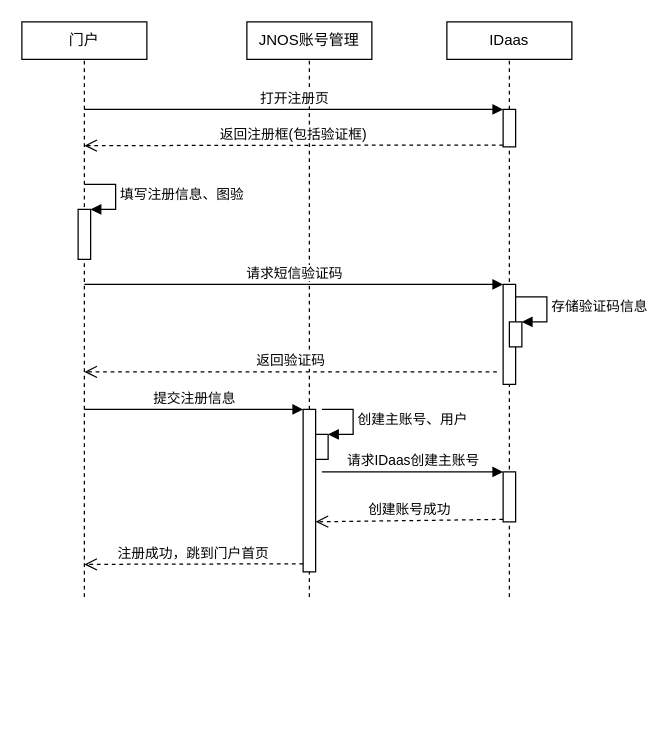
AjaxXu/Diagram keeps this draw.io diagram as page "注册零售云账号流程" (3 of 10) of idaas.drawio. Above is the earlier version. Source tidied: cells renumbered, new cells numbered last; positions are measured from the earlier drawing's top-left corner, leaving out a move shared by most shapes. Both pictures are drawn from the tidied source at 125%, with x=0, y=0 at pixel (21, 21).
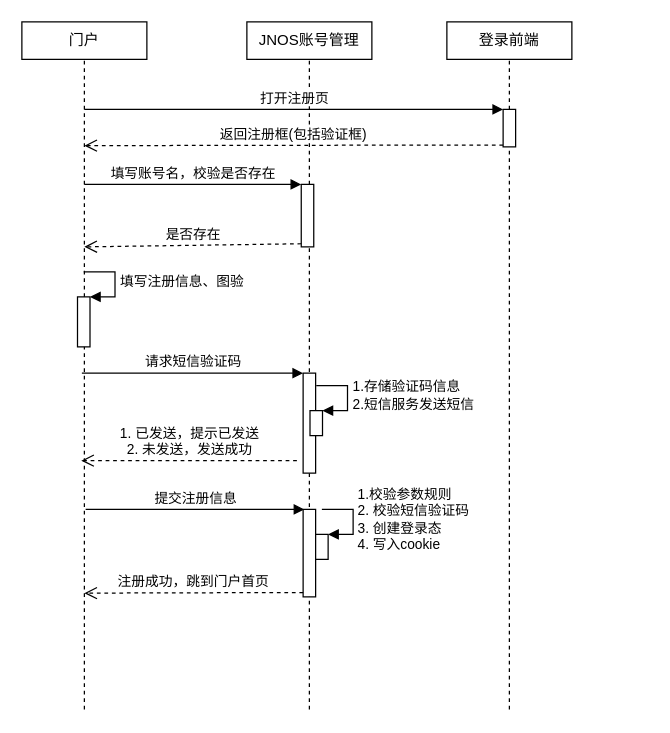
Above is the later version.

The change refers to these unchanged cells:
```xml
<mxCell id="2" value="门户" style="rounded=0;whiteSpace=wrap;html=1;" parent="1" vertex="1">
  <mxGeometry width="100" height="30" as="geometry" />
</mxCell>
<mxCell id="4" value="JNOS账号管理" style="rounded=0;whiteSpace=wrap;html=1;" parent="1" vertex="1">
  <mxGeometry x="180" width="100" height="30" as="geometry" />
</mxCell>
<mxCell id="10" style="html=1;points=[];perimeter=orthogonalPerimeter;" parent="1" vertex="1">
  <mxGeometry x="385" y="70" width="10" height="30" as="geometry" />
</mxCell>
```

What changed in the source:
```diff
@@
     <mxCell id="3" style="endArrow=none;dashed=1;html=1;entryX=0.5;entryY=1;entryDx=0;entryDy=0;" parent="1" edge="1" target="2">
       <mxGeometry relative="1" as="geometry">
-        <mxPoint x="50" y="460" as="sourcePoint" />
+        <mxPoint x="50" y="550" as="sourcePoint" />
       </mxGeometry>
     </mxCell>
@@
     <mxCell id="5" style="endArrow=none;dashed=1;html=1;entryX=0.5;entryY=1;entryDx=0;entryDy=0;" parent="1" edge="1" target="4">
       <mxGeometry relative="1" as="geometry">
-        <mxPoint x="230" y="460" as="sourcePoint" />
+        <mxPoint x="230" y="550" as="sourcePoint" />
       </mxGeometry>
     </mxCell>
-    <mxCell id="6" value="IDaas" style="rounded=0;whiteSpace=wrap;html=1;" parent="1" vertex="1">
+    <mxCell id="6" value="登录前端" style="rounded=0;whiteSpace=wrap;html=1;" parent="1" vertex="1">
       <mxGeometry x="340" width="100" height="30" as="geometry" />
     </mxCell>
@@
     <mxCell id="11" style="endArrow=none;dashed=1;html=1;entryX=0.5;entryY=1;entryDx=0;entryDy=0;" parent="1" edge="1" target="10">
       <mxGeometry relative="1" as="geometry">
-        <mxPoint x="390" y="460" as="sourcePoint" />
+        <mxPoint x="390" y="550" as="sourcePoint" />
       </mxGeometry>
     </mxCell>
     <mxCell id="12" style="html=1;points=[];perimeter=orthogonalPerimeter;" parent="1" vertex="1">
-      <mxGeometry x="45" y="150" width="10" height="40" as="geometry" />
+      <mxGeometry x="44.5" y="220" width="10" height="40" as="geometry" />
     </mxCell>
     <mxCell id="13" value="填写注册信息、图验" style="edgeStyle=orthogonalEdgeStyle;html=1;align=left;spacingLeft=2;endArrow=block;rounded=0;entryX=1;entryY=0;" parent="1" edge="1" target="12">
       <mxGeometry relative="1" as="geometry">
-        <mxPoint x="50" y="130" as="sourcePoint" />
+        <mxPoint x="49.5" y="200" as="sourcePoint" />
         <Array as="points">
-          <mxPoint x="75" y="130" />
+          <mxPoint x="74.5" y="200" />
         </Array>
       </mxGeometry>
     </mxCell>
     <mxCell id="14" style="html=1;points=[];perimeter=orthogonalPerimeter;" parent="1" vertex="1">
-      <mxGeometry x="385" y="210" width="10" height="80" as="geometry" />
+      <mxGeometry x="225" y="281" width="10" height="80" as="geometry" />
     </mxCell>
     <mxCell id="15" value="请求短信验证码" style="html=1;verticalAlign=bottom;endArrow=block;entryX=0;entryY=0;" parent="1" edge="1" target="14">
       <mxGeometry relative="1" as="geometry">
-        <mxPoint x="50" y="210" as="sourcePoint" />
+        <mxPoint x="48" y="281" as="sourcePoint" />
       </mxGeometry>
     </mxCell>
-    <mxCell id="16" value="返回验证码" style="html=1;verticalAlign=bottom;endArrow=open;dashed=1;endSize=8;" parent="1" edge="1">
+    <mxCell id="16" value="1. 已发送，提示已发送&lt;br&gt;2. 未发送，发送成功" style="html=1;verticalAlign=bottom;endArrow=open;dashed=1;endSize=8;" parent="1" edge="1">
       <mxGeometry relative="1" as="geometry">
-        <mxPoint x="380" y="280" as="sourcePoint" />
-        <mxPoint x="50" y="280" as="targetPoint" />
+        <mxPoint x="220" y="351" as="sourcePoint" />
+        <mxPoint x="47.5" y="351" as="targetPoint" />
       </mxGeometry>
     </mxCell>
     <mxCell id="17" style="html=1;points=[];perimeter=orthogonalPerimeter;" parent="1" vertex="1">
-      <mxGeometry x="390" y="240" width="10" height="20" as="geometry" />
+      <mxGeometry x="230.5" y="311" width="10" height="20" as="geometry" />
     </mxCell>
-    <mxCell id="18" value="存储验证码信息" style="edgeStyle=orthogonalEdgeStyle;html=1;align=left;spacingLeft=2;endArrow=block;rounded=0;entryX=1;entryY=0;" parent="1" edge="1" target="17">
+    <mxCell id="18" value="1.存储验证码信息&lt;br&gt;2.短信服务发送短信" style="edgeStyle=orthogonalEdgeStyle;html=1;align=left;spacingLeft=2;endArrow=block;rounded=0;entryX=1;entryY=0;" parent="1" edge="1" target="17">
       <mxGeometry relative="1" as="geometry">
-        <mxPoint x="395" y="220" as="sourcePoint" />
+        <mxPoint x="235.5" y="291" as="sourcePoint" />
         <Array as="points">
-          <mxPoint x="420" y="220" />
+          <mxPoint x="260.5" y="291" />
         </Array>
       </mxGeometry>
     </mxCell>
     <mxCell id="19" style="html=1;points=[];perimeter=orthogonalPerimeter;" parent="1" vertex="1">
-      <mxGeometry x="225" y="310" width="10" height="130" as="geometry" />
+      <mxGeometry x="225" y="390" width="10" height="70" as="geometry" />
     </mxCell>
-    <mxCell id="20" value="提交注册信息" style="html=1;verticalAlign=bottom;endArrow=block;entryX=0;entryY=0;" parent="1" edge="1" target="19">
+    <mxCell id="20" value="提交注册信息" style="html=1;verticalAlign=bottom;endArrow=block;entryX=0;entryY=0;" parent="1" edge="1">
       <mxGeometry relative="1" as="geometry">
-        <mxPoint x="50" y="310" as="sourcePoint" />
+        <mxPoint x="51" y="390" as="sourcePoint" />
+        <mxPoint x="226" y="390" as="targetPoint" />
       </mxGeometry>
     </mxCell>
     <mxCell id="21" value="注册成功，跳到门户首页" style="html=1;verticalAlign=bottom;endArrow=open;dashed=1;endSize=8;exitX=0;exitY=0.95;" parent="1" edge="1" source="19">
       <mxGeometry relative="1" as="geometry">
-        <mxPoint x="50" y="434" as="targetPoint" />
+        <mxPoint x="50" y="457" as="targetPoint" />
       </mxGeometry>
     </mxCell>
     <mxCell id="22" style="html=1;points=[];perimeter=orthogonalPerimeter;" parent="1" vertex="1">
-      <mxGeometry x="235" y="330" width="10" height="20" as="geometry" />
+      <mxGeometry x="235" y="410" width="10" height="20" as="geometry" />
     </mxCell>
-    <mxCell id="23" value="创建主账号、用户" style="edgeStyle=orthogonalEdgeStyle;html=1;align=left;spacingLeft=2;endArrow=block;rounded=0;entryX=1;entryY=0;" parent="1" edge="1" target="22">
+    <mxCell id="23" value="1.校验参数规则&lt;br&gt;2. 校验短信验证码&lt;br&gt;3. 创建登录态&lt;br&gt;4. 写入cookie" style="edgeStyle=orthogonalEdgeStyle;html=1;align=left;spacingLeft=2;endArrow=block;rounded=0;entryX=1;entryY=0;" parent="1" edge="1" target="22">
       <mxGeometry relative="1" as="geometry">
-        <mxPoint x="240" y="310" as="sourcePoint" />
+        <mxPoint x="240" y="390" as="sourcePoint" />
         <Array as="points">
-          <mxPoint x="265" y="310" />
+          <mxPoint x="265" y="390" />
         </Array>
       </mxGeometry>
     </mxCell>
-    <mxCell id="24" style="html=1;points=[];perimeter=orthogonalPerimeter;" parent="1" vertex="1">
-      <mxGeometry x="385" y="360" width="10" height="40" as="geometry" />
-    </mxCell>
-    <mxCell id="25" value="请求IDaas创建主账号" style="html=1;verticalAlign=bottom;endArrow=block;entryX=0;entryY=0;" parent="1" edge="1" target="24">
-      <mxGeometry relative="1" as="geometry">
-        <mxPoint x="240" y="360" as="sourcePoint" />
-      </mxGeometry>
-    </mxCell>
-    <mxCell id="26" value="创建账号成功" style="html=1;verticalAlign=bottom;endArrow=open;dashed=1;endSize=8;exitX=0;exitY=0.95;entryX=1;entryY=0.692;entryDx=0;entryDy=0;entryPerimeter=0;" parent="1" edge="1" source="24" target="19">
-      <mxGeometry relative="1" as="geometry" />
-    </mxCell>
+    <mxCell id="27" style="html=1;points=[];perimeter=orthogonalPerimeter;" parent="1" vertex="1">
+      <mxGeometry x="223.5" y="130" width="10" height="50" as="geometry" />
+    </mxCell>
+    <mxCell id="28" value="填写账号名，校验是否存在" style="html=1;verticalAlign=bottom;endArrow=block;entryX=0;entryY=0;" parent="1" edge="1" target="27">
+      <mxGeometry relative="1" as="geometry">
+        <mxPoint x="50" y="130" as="sourcePoint" />
+      </mxGeometry>
+    </mxCell>
+    <mxCell id="29" value="是否存在" style="html=1;verticalAlign=bottom;endArrow=open;dashed=1;endSize=8;exitX=0;exitY=0.95;" parent="1" edge="1" source="27">
+      <mxGeometry relative="1" as="geometry">
+        <mxPoint x="50" y="180" as="targetPoint" />
+      </mxGeometry>
+    </mxCell>
```
